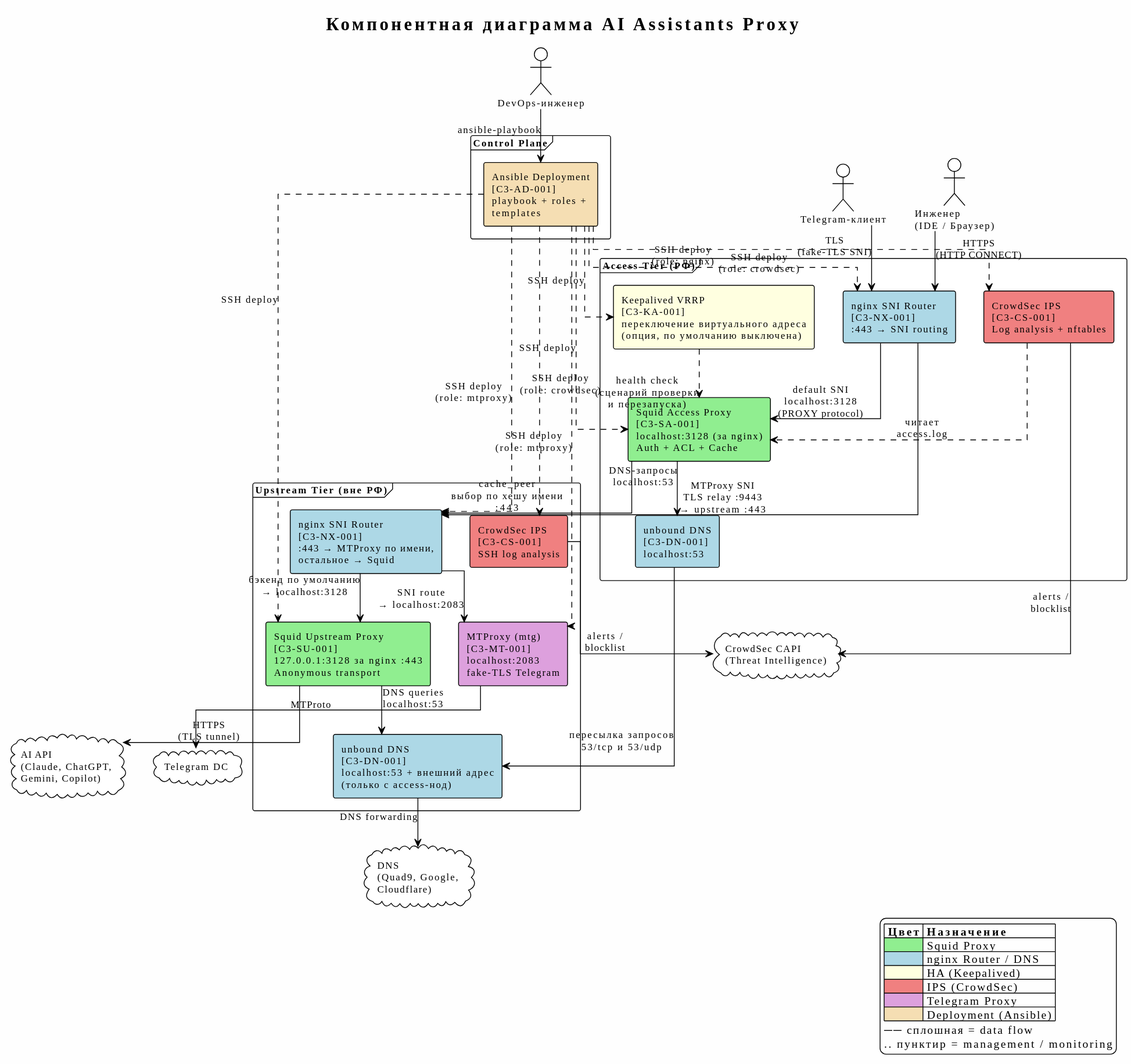
Above: docs/AA/C3/diagrams/C3-component.svg in demofly/ai-proxy (PlantUML), before the change. Source of this version:
```plantuml
@startuml
!theme plain
skinparam backgroundColor #FEFEFE
skinparam componentStyle rectangle
skinparam defaultFontSize 12
skinparam packageStyle frame
skinparam linetype ortho

title Компонентная диаграмма AI Assistants Proxy

actor "Инженер\n(IDE / Браузер)" as User
actor "Telegram-клиент" as TgUser
actor "DevOps-инженер" as DevOps

cloud "AI API\n(Claude, ChatGPT,\nGemini, Copilot)" as AIAPI
cloud "Telegram DC" as TgDC
cloud "CrowdSec CAPI\n(Threat Intelligence)" as CAPI
cloud "DNS\n(Quad9, Google,\nCloudflare)" as DNS

package "Access Tier (РФ)" as AccessTier {
    component "nginx SNI Router\n[C3-NX-001]\n:443 → SNI routing" as NginxSNI #LightBlue
    component "Squid Access Proxy\n[C3-SA-001]\nlocalhost:3128 (за nginx)\nAuth + ACL + Cache" as SquidAccess #LightGreen
    component "Keepalived VRRP\n[C3-KA-001]\nпереключение виртуального адреса\n(опция, по умолчанию выключена)" as Keepalived #LightYellow
    component "CrowdSec IPS\n[C3-CS-001]\nLog analysis + nftables" as CrowdSecAccess #LightCoral
    component "unbound DNS\n[C3-DN-001]\nlocalhost:53" as UnboundAccess #LightBlue
}

package "Upstream Tier (вне РФ)" as UpstreamTier {
    component "nginx SNI Router\n[C3-NX-001]\n:443 → MTProxy по имени,\nостальное → Squid" as NginxUpstream #LightBlue
    component "Squid Upstream Proxy\n[C3-SU-001]\n127.0.0.1:3128 за nginx :443\nAnonymous transport" as SquidUpstream #LightGreen
    component "MTProxy (mtg)\n[C3-MT-001]\nlocalhost:2083\nfake-TLS Telegram" as MTProxy #Plum
    component "CrowdSec IPS\n[C3-CS-001]\nSSH log analysis" as CrowdSecUpstream #LightCoral
    component "unbound DNS\n[C3-DN-001]\nlocalhost:53 + внешний адрес\n(только с access-нод)" as UnboundUpstream #LightBlue
}

package "Control Plane" as ControlPlane {
    component "Ansible Deployment\n[C3-AD-001]\nplaybook + roles +\ntemplates" as Ansible #Wheat
}

User --> NginxSNI : HTTPS\n(HTTP CONNECT)
TgUser --> NginxSNI : TLS\n(fake-TLS SNI)

NginxSNI --> SquidAccess : default SNI\nlocalhost:3128\n(PROXY protocol)
NginxSNI --> NginxUpstream : MTProxy SNI\nTLS relay :9443\n→ upstream :443

NginxUpstream --> SquidUpstream : бэкенд по умолчанию\n→ localhost:3128
NginxUpstream --> MTProxy : SNI route\n→ localhost:2083

SquidAccess --> NginxUpstream : cache_peer\nвыбор по хешу имени\n:443

SquidAccess --> UnboundAccess : DNS-запросы\nlocalhost:53
UnboundAccess --> UnboundUpstream : пересылка запросов\n53/tcp и 53/udp

SquidUpstream --> AIAPI : HTTPS\n(TLS tunnel)
SquidUpstream --> UnboundUpstream : DNS queries\nlocalhost:53
UnboundUpstream --> DNS : DNS forwarding
MTProxy --> TgDC : MTProto

CrowdSecAccess ..> SquidAccess : читает\naccess.log
CrowdSecAccess --> CAPI : alerts /\nblocklist
CrowdSecUpstream --> CAPI : alerts /\nblocklist

Keepalived ..> SquidAccess : health check\n(сценарий проверки\nи перезапуска)

DevOps --> Ansible : ansible-playbook
Ansible ..> SquidAccess : SSH deploy
Ansible ..> SquidUpstream : SSH deploy
Ansible ..> NginxSNI : SSH deploy\n(role: nginx)
Ansible ..> NginxUpstream : SSH deploy\n(role: mtproxy)
Ansible ..> MTProxy : SSH deploy\n(role: mtproxy)
Ansible ..> CrowdSecAccess : SSH deploy\n(role: crowdsec)
Ansible ..> CrowdSecUpstream : SSH deploy\n(role: crowdsec)
Ansible ..> Keepalived : SSH deploy

legend right
  |= Цвет |= Назначение |
  |<#LightGreen>| Squid Proxy |
  |<#LightBlue>| nginx Router / DNS |
  |<#LightYellow>| HA (Keepalived) |
  |<#LightCoral>| IPS (CrowdSec) |
  |<#Plum>| Telegram Proxy |
  |<#Wheat>| Deployment (Ansible) |
  ── сплошная = data flow
  .. пунктир = management / monitoring
end legend
@enduml
```
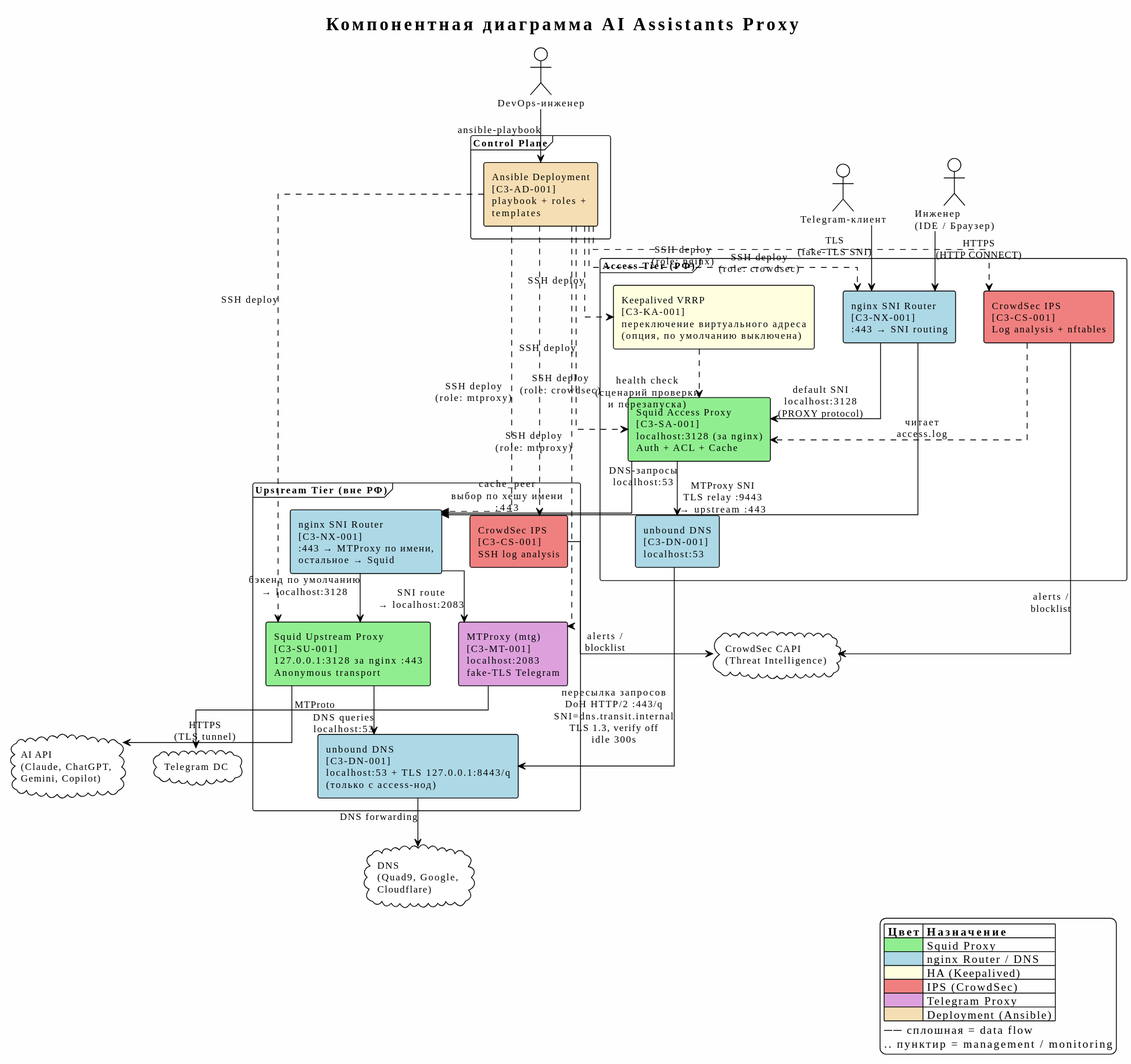
Later version of the same file.

What changed in the source:
```diff
@@ -30,7 +30,7 @@
     component "Squid Upstream Proxy\n[C3-SU-001]\n127.0.0.1:3128 за nginx :443\nAnonymous transport" as SquidUpstream #LightGreen
     component "MTProxy (mtg)\n[C3-MT-001]\nlocalhost:2083\nfake-TLS Telegram" as MTProxy #Plum
     component "CrowdSec IPS\n[C3-CS-001]\nSSH log analysis" as CrowdSecUpstream #LightCoral
-    component "unbound DNS\n[C3-DN-001]\nlocalhost:53 + внешний адрес\n(только с access-нод)" as UnboundUpstream #LightBlue
+    component "unbound DNS\n[C3-DN-001]\nlocalhost:53 + TLS 127.0.0.1:8443/q\n(только с access-нод)" as UnboundUpstream #LightBlue
 }
 
 package "Control Plane" as ControlPlane {
@@ -49,7 +49,7 @@
 SquidAccess --> NginxUpstream : cache_peer\nвыбор по хешу имени\n:443
 
 SquidAccess --> UnboundAccess : DNS-запросы\nlocalhost:53
-UnboundAccess --> UnboundUpstream : пересылка запросов\n53/tcp и 53/udp
+UnboundAccess --> UnboundUpstream : пересылка запросов\nDoH HTTP/2 :443/q\nSNI=dns.transit.internal\nTLS 1.3, verify off\nidle 300s
 
 SquidUpstream --> AIAPI : HTTPS\n(TLS tunnel)
 SquidUpstream --> UnboundUpstream : DNS queries\nlocalhost:53
```
